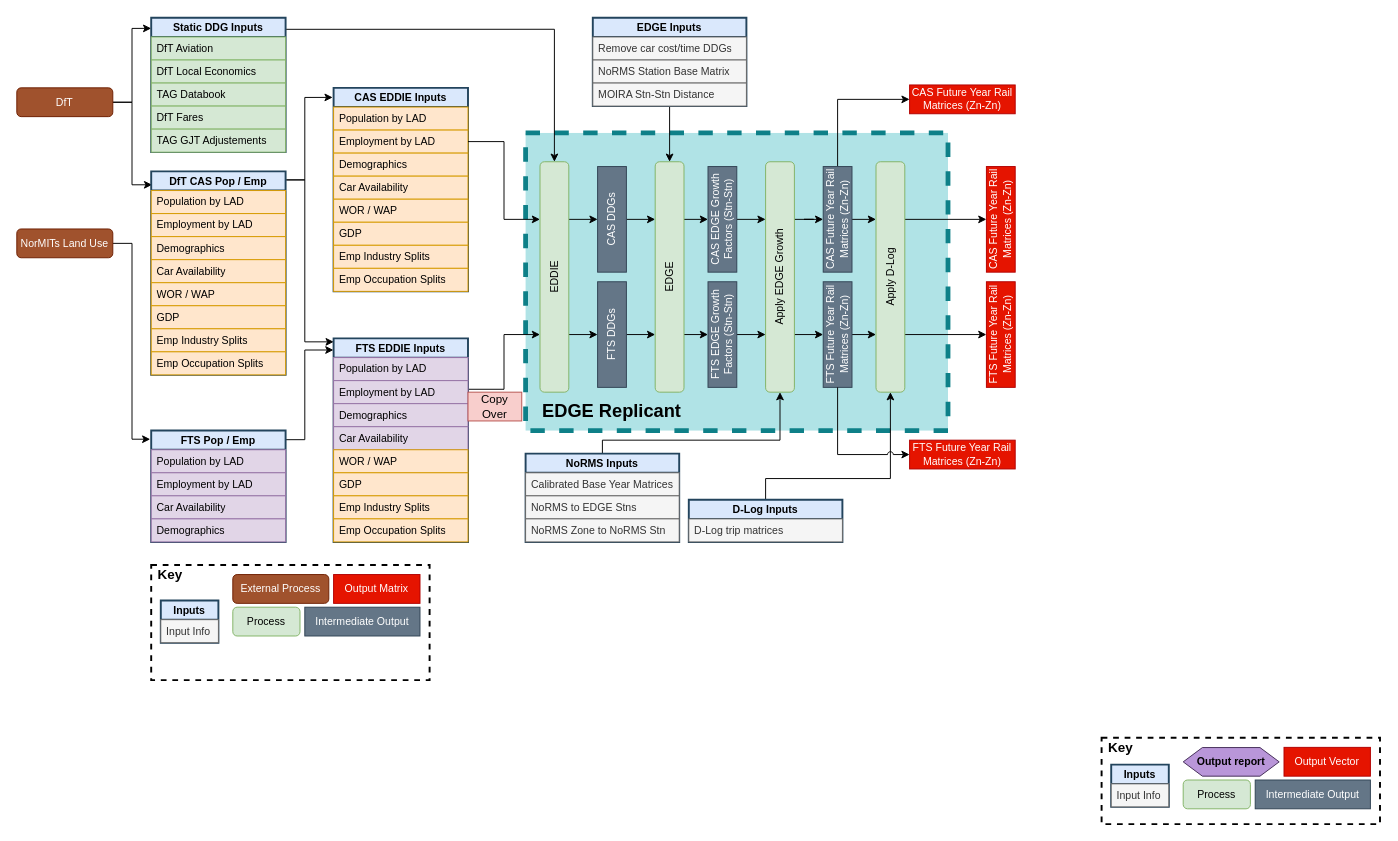
Earlier version of the draw.io diagram page "EDGE / Rail" (1 of 2) of docs/op_models/Forecasting/Forecastings Sensitivities.drawio (Transport-for-the-North/NorMITs-Demand). Source tidied: cells renumbered, new cells numbered last; positions are measured from the earlier drawing's top-left corner, leaving out a move shared by most shapes. Both pictures are drawn from the tidied source at 96%, with x=0, y=0 at pixel (16, 17).
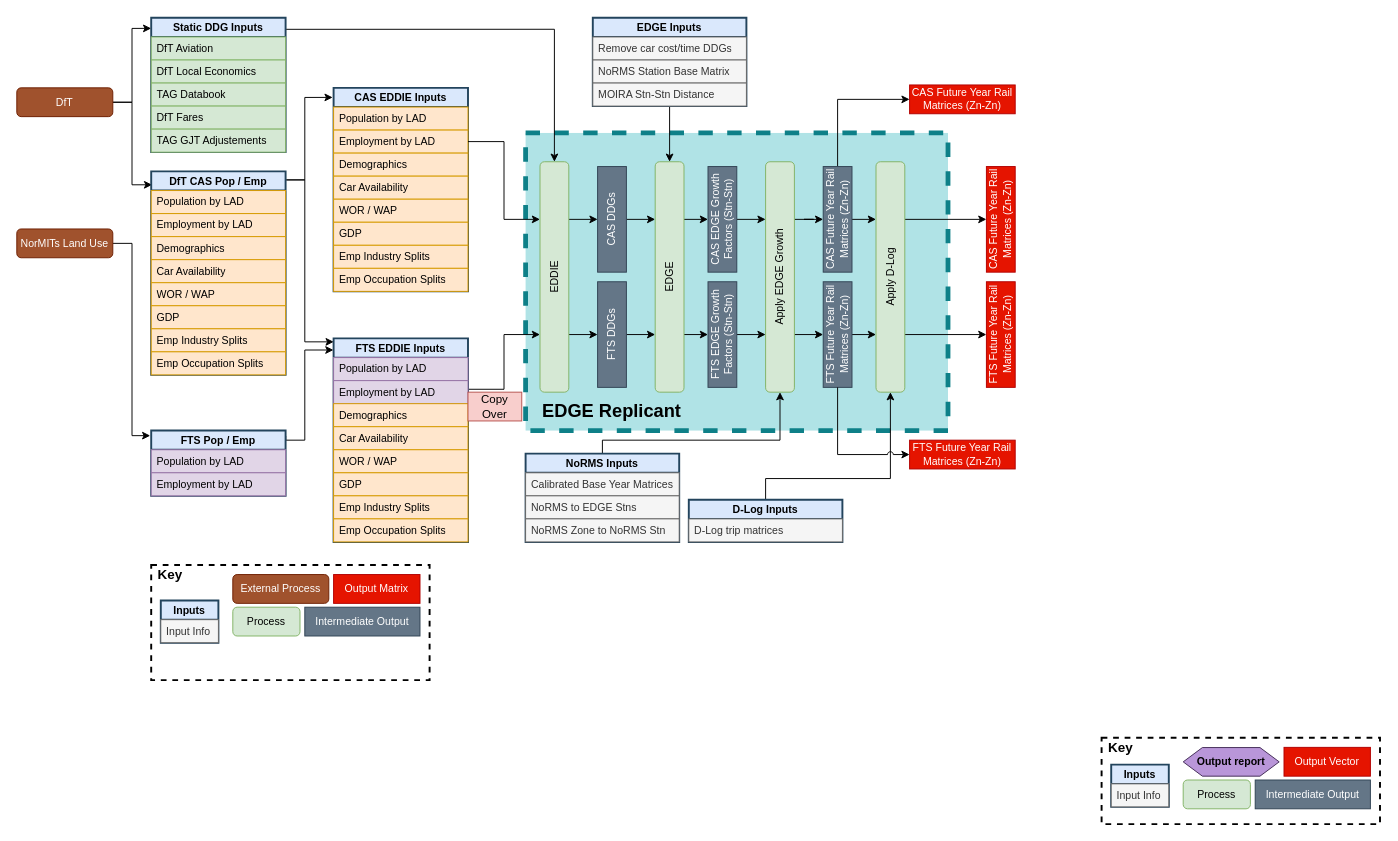
After the change.

The change refers to these unchanged cells:
```xml
<mxCell id="59" value="FTS EDDIE Inputs" style="swimlane;fontStyle=1;horizontal=1;startSize=20;fillColor=#dae8fc;rounded=0;glass=0;fontSize=11;align=center;strokeWidth=2;strokeColor=#23445D;" parent="1" vertex="1">
  <mxGeometry x="330" y="334" width="140" height="212" as="geometry" />
</mxCell>
```

What changed in the source:
```diff
@@
     <mxCell id="33" value="FTS Pop / Emp" style="swimlane;fontStyle=1;horizontal=1;startSize=20;fillColor=#dae8fc;rounded=0;glass=0;fontSize=11;align=center;strokeWidth=2;strokeColor=#23445D;" parent="1" vertex="1">
-      <mxGeometry x="140" y="430" width="140" height="116" as="geometry" />
+      <mxGeometry x="140" y="430" width="140" height="68" as="geometry" />
     </mxCell>
@@
-    <mxCell id="36" value="Car Availability" style="text;strokeColor=#9673a6;fillColor=#e1d5e7;align=left;verticalAlign=middle;spacingLeft=4;spacingRight=4;overflow=hidden;fontSize=11;whiteSpace=wrap;" parent="33" vertex="1">
-      <mxGeometry y="68" width="140" height="24" as="geometry" />
-    </mxCell>
-    <mxCell id="37" value="Demographics" style="text;strokeColor=#9673a6;fillColor=#e1d5e7;align=left;verticalAlign=middle;spacingLeft=4;spacingRight=4;overflow=hidden;fontSize=11;whiteSpace=wrap;" parent="33" vertex="1">
-      <mxGeometry y="92" width="140" height="24" as="geometry" />
-    </mxCell>
@@
-    <mxCell id="62" value="Demographics" style="text;strokeColor=#9673a6;fillColor=#e1d5e7;align=left;verticalAlign=middle;spacingLeft=4;spacingRight=4;overflow=hidden;fontSize=11;whiteSpace=wrap;" parent="59" vertex="1">
+    <mxCell id="62" value="Demographics" style="text;strokeColor=#d79b00;fillColor=#ffe6cc;align=left;verticalAlign=middle;spacingLeft=4;spacingRight=4;overflow=hidden;fontSize=11;whiteSpace=wrap;" parent="59" vertex="1">
       <mxGeometry y="68" width="140" height="24" as="geometry" />
     </mxCell>
-    <mxCell id="63" value="Car Availability" style="text;strokeColor=#9673a6;fillColor=#e1d5e7;align=left;verticalAlign=middle;spacingLeft=4;spacingRight=4;overflow=hidden;fontSize=11;whiteSpace=wrap;" parent="59" vertex="1">
+    <mxCell id="63" value="Car Availability" style="text;strokeColor=#d79b00;fillColor=#ffe6cc;align=left;verticalAlign=middle;spacingLeft=4;spacingRight=4;overflow=hidden;fontSize=11;whiteSpace=wrap;" parent="59" vertex="1">
       <mxGeometry y="92" width="140" height="24" as="geometry" />
     </mxCell>
```
